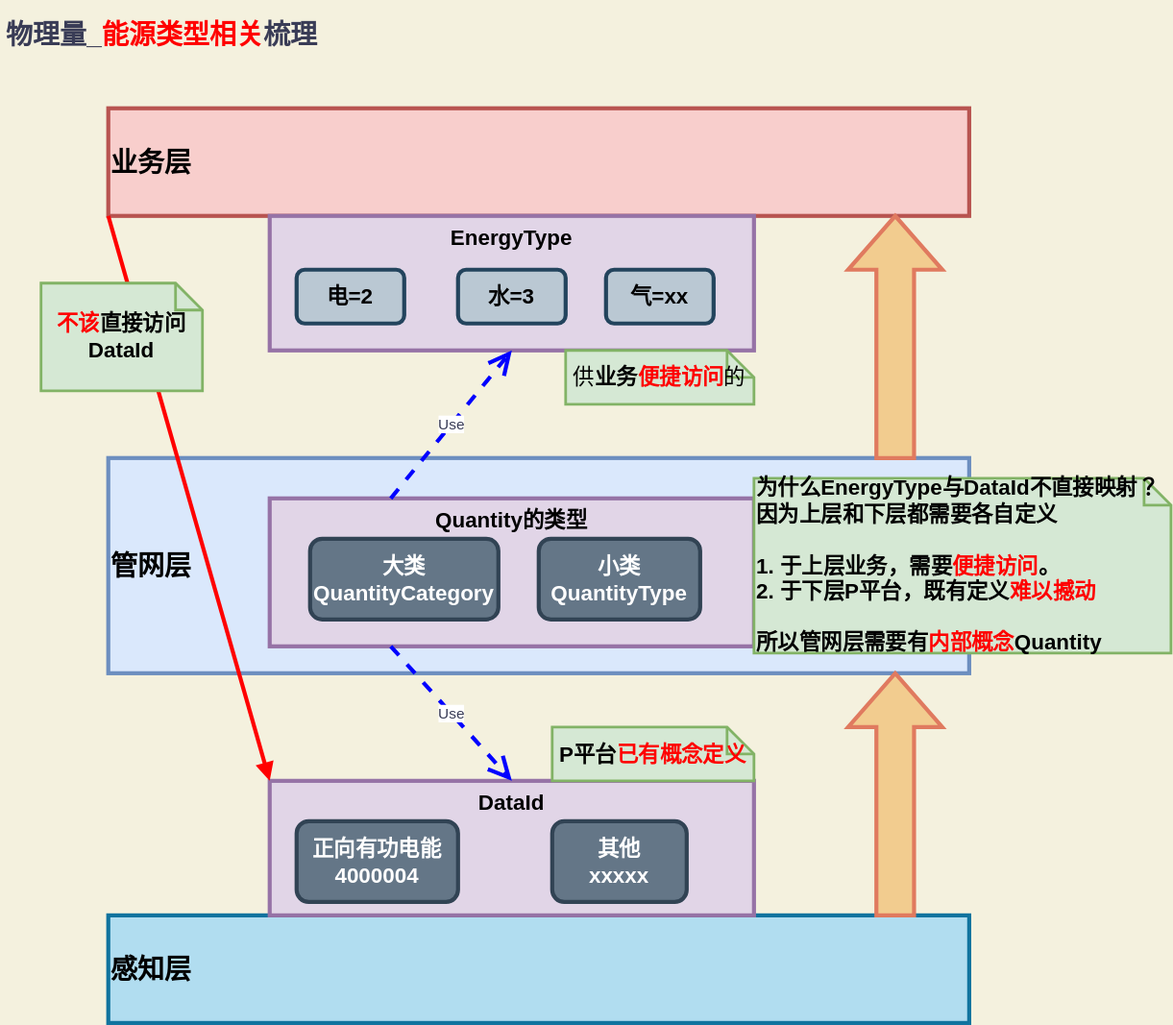
This is src/main/resources/images/design/integrate/11_物理量_能源类型相关梳理.svg from Jinhua-Lee/Learning, a draw.io export, as it was before one commit. Source tidied: cells renumbered, new cells last; positions are measured from the earlier drawing's top-left corner, leaving out a move shared by most shapes. Source of this version:
```xml
<mxGraphModel background="#F4F1DE">
  <root>
    <mxCell id="0" />
    <mxCell id="1" parent="0" />
    <mxCell id="2" value="&lt;font style=&quot;font-size: 20px&quot;&gt;&lt;b&gt;物理量_&lt;font color=&quot;#ff0000&quot;&gt;能源类型相关&lt;/font&gt;梳理&lt;/b&gt;&lt;/font&gt;" style="text;html=1;strokeColor=none;fillColor=none;align=center;verticalAlign=middle;whiteSpace=wrap;rounded=0;sketch=0;fontColor=#393C56;" parent="1" vertex="1">
      <mxGeometry width="240" height="50" as="geometry" />
    </mxCell>
    <mxCell id="3" value="&lt;font style=&quot;font-size: 20px&quot;&gt;&lt;b&gt;业务层&lt;/b&gt;&lt;/font&gt;" style="rounded=0;whiteSpace=wrap;html=1;sketch=0;strokeColor=#b85450;strokeWidth=3;fillColor=#f8cecc;align=left;" parent="1" vertex="1">
      <mxGeometry x="80" y="80" width="640" height="80" as="geometry" />
    </mxCell>
    <mxCell id="4" value="&lt;font style=&quot;font-size: 20px&quot;&gt;&lt;b&gt;管网层&lt;/b&gt;&lt;/font&gt;" style="rounded=0;whiteSpace=wrap;html=1;sketch=0;strokeColor=#6c8ebf;strokeWidth=3;fillColor=#dae8fc;align=left;" parent="1" vertex="1">
      <mxGeometry x="80" y="340" width="640" height="160" as="geometry" />
    </mxCell>
    <mxCell id="5" value="&lt;span style=&quot;font-size: 20px&quot;&gt;&lt;b&gt;感知层&lt;/b&gt;&lt;/span&gt;" style="rounded=0;whiteSpace=wrap;html=1;sketch=0;strokeColor=#10739e;strokeWidth=3;fillColor=#b1ddf0;align=left;" parent="1" vertex="1">
      <mxGeometry x="80" y="680" width="640" height="80" as="geometry" />
    </mxCell>
    <mxCell id="6" value="&lt;span style=&quot;font-size: 16px&quot;&gt;&lt;b&gt;DataId&lt;/b&gt;&lt;/span&gt;" style="rounded=0;whiteSpace=wrap;html=1;sketch=0;strokeColor=#9673a6;fillColor=#e1d5e7;strokeWidth=3;align=center;verticalAlign=top;" parent="1" vertex="1">
      <mxGeometry x="200" y="580" width="360" height="100" as="geometry" />
    </mxCell>
    <mxCell id="7" value="&lt;font style=&quot;font-size: 16px&quot;&gt;&lt;b&gt;正向有功电能4000004&lt;/b&gt;&lt;/font&gt;" style="rounded=1;whiteSpace=wrap;html=1;sketch=0;strokeColor=#314354;strokeWidth=3;fillColor=#647687;fontColor=#ffffff;" parent="1" vertex="1">
      <mxGeometry x="220" y="610" width="120" height="60" as="geometry" />
    </mxCell>
    <mxCell id="8" value="&lt;font style=&quot;font-size: 16px&quot;&gt;&lt;b&gt;其他&lt;br&gt;xxxxx&lt;br&gt;&lt;/b&gt;&lt;/font&gt;" style="rounded=1;whiteSpace=wrap;html=1;sketch=0;strokeColor=#314354;strokeWidth=3;fillColor=#647687;fontColor=#ffffff;" parent="1" vertex="1">
      <mxGeometry x="410" y="610" width="100" height="60" as="geometry" />
    </mxCell>
    <mxCell id="9" value="&lt;span style=&quot;font-size: 16px&quot;&gt;&lt;b&gt;EnergyType&lt;/b&gt;&lt;/span&gt;" style="rounded=0;whiteSpace=wrap;html=1;sketch=0;strokeColor=#9673a6;fillColor=#e1d5e7;strokeWidth=3;align=center;verticalAlign=top;" parent="1" vertex="1">
      <mxGeometry x="200" y="160" width="360" height="100" as="geometry" />
    </mxCell>
    <mxCell id="10" value="&lt;font style=&quot;font-size: 16px&quot;&gt;&lt;b&gt;电=2&lt;br&gt;&lt;/b&gt;&lt;/font&gt;" style="rounded=1;whiteSpace=wrap;html=1;sketch=0;strokeColor=#23445d;strokeWidth=3;fillColor=#bac8d3;" parent="1" vertex="1">
      <mxGeometry x="220" y="200" width="80" height="40" as="geometry" />
    </mxCell>
    <mxCell id="11" value="&lt;font style=&quot;font-size: 16px&quot;&gt;&lt;b&gt;水=3&lt;br&gt;&lt;/b&gt;&lt;/font&gt;" style="rounded=1;whiteSpace=wrap;html=1;sketch=0;strokeColor=#23445d;strokeWidth=3;fillColor=#bac8d3;" parent="1" vertex="1">
      <mxGeometry x="340" y="200" width="80" height="40" as="geometry" />
    </mxCell>
    <mxCell id="12" value="&lt;font style=&quot;font-size: 16px&quot;&gt;&lt;b&gt;气=xx&lt;br&gt;&lt;/b&gt;&lt;/font&gt;" style="rounded=1;whiteSpace=wrap;html=1;sketch=0;strokeColor=#23445d;strokeWidth=3;fillColor=#bac8d3;" parent="1" vertex="1">
      <mxGeometry x="450" y="200" width="80" height="40" as="geometry" />
    </mxCell>
    <mxCell id="13" style="html=1;shadow=0;dashed=0;align=center;verticalAlign=middle;shape=mxgraph.arrows2.arrow;dy=0.6;dx=40;direction=north;notch=0;rounded=0;sketch=0;strokeColor=#E07A5F;strokeWidth=3;fillColor=#F2CC8F;fontColor=#393C56;" parent="1" vertex="1">
      <mxGeometry x="630" y="160" width="70" height="180" as="geometry" />
    </mxCell>
    <mxCell id="14" style="html=1;shadow=0;dashed=0;align=center;verticalAlign=middle;shape=mxgraph.arrows2.arrow;dy=0.6;dx=40;direction=north;notch=0;rounded=0;sketch=0;strokeColor=#E07A5F;strokeWidth=3;fillColor=#F2CC8F;fontColor=#393C56;" parent="1" vertex="1">
      <mxGeometry x="630" y="500" width="70" height="180" as="geometry" />
    </mxCell>
    <mxCell id="15" style="edgeStyle=none;rounded=0;jettySize=auto;html=1;entryX=0;entryY=0;entryDx=0;entryDy=0;strokeWidth=3;fontColor=#393C56;strokeColor=#FF0000;exitX=0;exitY=1;exitDx=0;exitDy=0;endArrow=block;endFill=1;" parent="1" edge="1" source="3" target="6">
      <mxGeometry relative="1" as="geometry" />
    </mxCell>
    <mxCell id="16" value="&lt;b style=&quot;font-size: 16px&quot;&gt;&lt;font color=&quot;#ff0000&quot; style=&quot;font-size: 16px&quot;&gt;不该&lt;/font&gt;直接访问DataId&lt;/b&gt;" style="shape=note;strokeWidth=2;fontSize=14;size=20;whiteSpace=wrap;html=1;fillColor=#d5e8d4;strokeColor=#82b366;rounded=0;sketch=0;" parent="1" vertex="1">
      <mxGeometry x="30" y="210" width="120" height="80" as="geometry" />
    </mxCell>
    <mxCell id="17" value="&lt;font style=&quot;font-size: 16px&quot;&gt;供&lt;b&gt;业务&lt;font color=&quot;#ff0000&quot; style=&quot;font-size: 16px&quot;&gt;便捷访问&lt;/font&gt;&lt;/b&gt;的&lt;/font&gt;" style="shape=note;strokeWidth=2;fontSize=14;size=20;whiteSpace=wrap;html=1;fillColor=#d5e8d4;strokeColor=#82b366;rounded=0;sketch=0;" parent="1" vertex="1">
      <mxGeometry x="420" y="260" width="140" height="40" as="geometry" />
    </mxCell>
    <mxCell id="18" value="&lt;b style=&quot;font-size: 16px&quot;&gt;P平台&lt;font color=&quot;#ff0000&quot; style=&quot;font-size: 16px&quot;&gt;已有概念定义&lt;/font&gt;&lt;/b&gt;" style="shape=note;strokeWidth=2;fontSize=14;size=20;whiteSpace=wrap;html=1;fillColor=#d5e8d4;strokeColor=#82b366;rounded=0;sketch=0;" parent="1" vertex="1">
      <mxGeometry x="410" y="540" width="150" height="40" as="geometry" />
    </mxCell>
    <mxCell id="19" value="&lt;span style=&quot;font-size: 16px&quot;&gt;&lt;b&gt;Quantity的类型&lt;/b&gt;&lt;/span&gt;" style="rounded=0;whiteSpace=wrap;html=1;sketch=0;strokeColor=#9673a6;fillColor=#e1d5e7;strokeWidth=3;align=center;verticalAlign=top;" parent="1" vertex="1">
      <mxGeometry x="200" y="370" width="360" height="110" as="geometry" />
    </mxCell>
    <mxCell id="20" value="&lt;span style=&quot;font-size: 16px&quot;&gt;&lt;b&gt;大类&lt;br&gt;QuantityCategory&lt;br&gt;&lt;/b&gt;&lt;/span&gt;" style="rounded=1;whiteSpace=wrap;html=1;sketch=0;strokeColor=#314354;strokeWidth=3;fillColor=#647687;fontColor=#ffffff;" parent="1" vertex="1">
      <mxGeometry x="230" y="400" width="140" height="60" as="geometry" />
    </mxCell>
    <mxCell id="21" value="&lt;span style=&quot;font-size: 16px&quot;&gt;&lt;b&gt;小类&lt;br&gt;QuantityType&lt;br&gt;&lt;/b&gt;&lt;/span&gt;" style="rounded=1;whiteSpace=wrap;html=1;sketch=0;strokeColor=#314354;strokeWidth=3;fillColor=#647687;fontColor=#ffffff;" parent="1" vertex="1">
      <mxGeometry x="400" y="400" width="120" height="60" as="geometry" />
    </mxCell>
    <mxCell id="22" value="&lt;b style=&quot;font-size: 16px&quot;&gt;为什么EnergyType与DataId不直接映射？因为上层和下层都需要各自定义&lt;br&gt;&lt;br&gt;1. 于上层业务，需要&lt;font color=&quot;#ff0000&quot;&gt;便捷访问&lt;/font&gt;。&lt;br&gt;2. 于下层P平台，既有定义&lt;font color=&quot;#ff0000&quot;&gt;难以撼动&lt;/font&gt;&lt;br&gt;&lt;br&gt;所以管网层需要有&lt;font color=&quot;#ff0000&quot;&gt;内部概念&lt;/font&gt;Quantity&lt;br&gt;&lt;/b&gt;" style="shape=note;strokeWidth=2;fontSize=14;size=20;whiteSpace=wrap;html=1;fillColor=#d5e8d4;strokeColor=#82b366;rounded=0;sketch=0;align=left;" parent="1" vertex="1">
      <mxGeometry x="560" y="355" width="310" height="130" as="geometry" />
    </mxCell>
    <mxCell id="23" value="Use" style="endArrow=open;endSize=12;dashed=1;html=1;strokeWidth=3;fontColor=#393C56;entryX=0.5;entryY=1;entryDx=0;entryDy=0;exitX=0.25;exitY=0;exitDx=0;exitDy=0;strokeColor=#0000FF;" parent="1" edge="1" source="19" target="9">
      <mxGeometry relative="1" as="geometry" />
    </mxCell>
    <mxCell id="24" value="Use" style="endArrow=open;endSize=12;dashed=1;html=1;strokeWidth=3;fontColor=#393C56;entryX=0.5;entryY=0;entryDx=0;entryDy=0;exitX=0.25;exitY=1;exitDx=0;exitDy=0;strokeColor=#0000FF;" parent="1" edge="1" source="19" target="6">
      <mxGeometry relative="1" as="geometry" />
    </mxCell>
  </root>
</mxGraphModel>
```
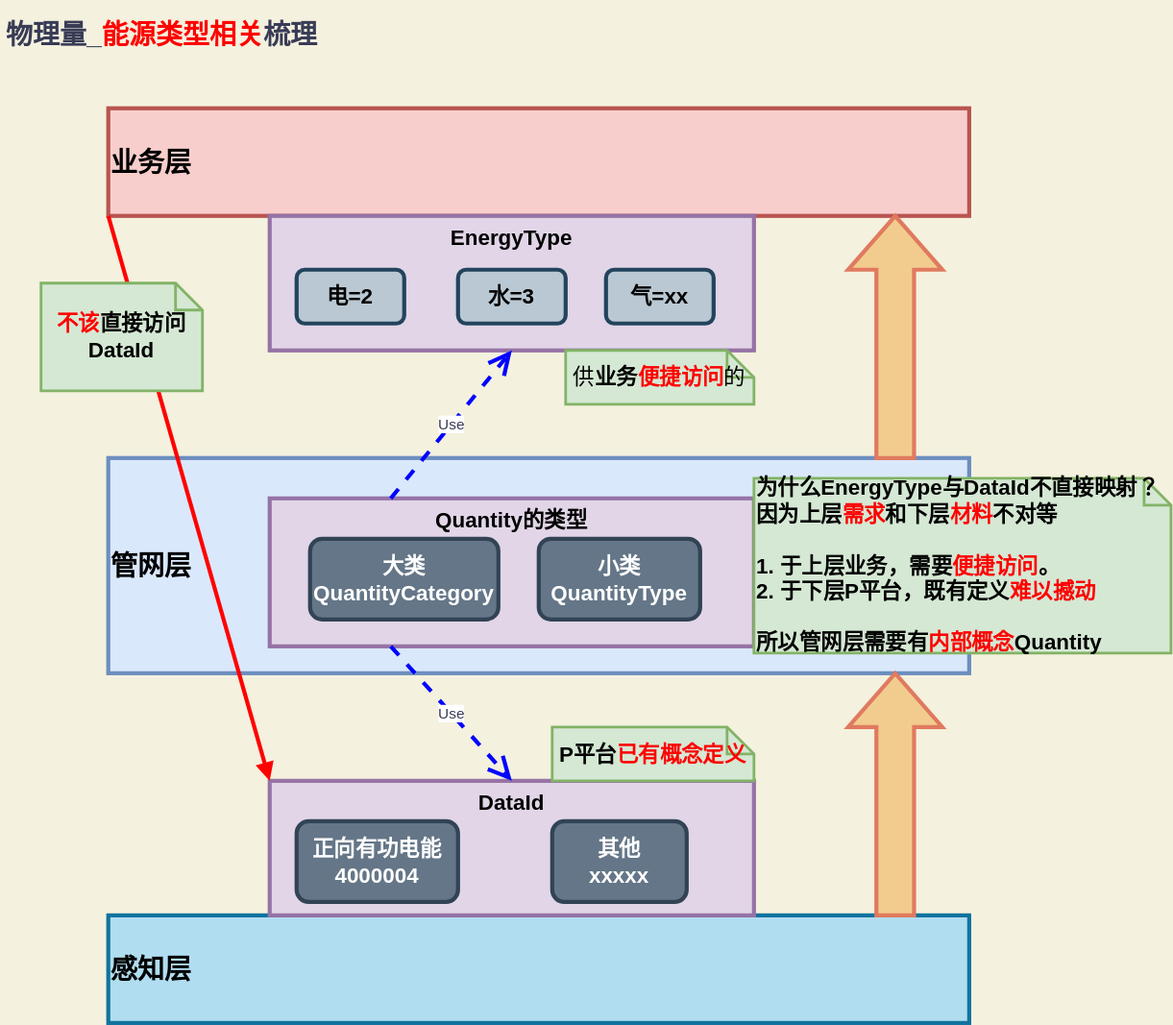
The same diagram one commit later.

Commit message:
[design-integrate] a. 管网融合分析的图更新.

What changed in the source:
```diff
@@ -62,7 +62,7 @@
     <mxCell id="21" value="&lt;span style=&quot;font-size: 16px&quot;&gt;&lt;b&gt;小类&lt;br&gt;QuantityType&lt;br&gt;&lt;/b&gt;&lt;/span&gt;" style="rounded=1;whiteSpace=wrap;html=1;sketch=0;strokeColor=#314354;strokeWidth=3;fillColor=#647687;fontColor=#ffffff;" parent="1" vertex="1">
       <mxGeometry x="400" y="400" width="120" height="60" as="geometry" />
     </mxCell>
-    <mxCell id="22" value="&lt;b style=&quot;font-size: 16px&quot;&gt;为什么EnergyType与DataId不直接映射？因为上层和下层都需要各自定义&lt;br&gt;&lt;br&gt;1. 于上层业务，需要&lt;font color=&quot;#ff0000&quot;&gt;便捷访问&lt;/font&gt;。&lt;br&gt;2. 于下层P平台，既有定义&lt;font color=&quot;#ff0000&quot;&gt;难以撼动&lt;/font&gt;&lt;br&gt;&lt;br&gt;所以管网层需要有&lt;font color=&quot;#ff0000&quot;&gt;内部概念&lt;/font&gt;Quantity&lt;br&gt;&lt;/b&gt;" style="shape=note;strokeWidth=2;fontSize=14;size=20;whiteSpace=wrap;html=1;fillColor=#d5e8d4;strokeColor=#82b366;rounded=0;sketch=0;align=left;" parent="1" vertex="1">
+    <mxCell id="22" value="&lt;b style=&quot;font-size: 16px&quot;&gt;为什么EnergyType与DataId不直接映射？因为上层&lt;font color=&quot;#ff0000&quot;&gt;需求&lt;/font&gt;和&lt;/b&gt;&lt;b style=&quot;font-size: 16px&quot;&gt;下层&lt;/b&gt;&lt;b style=&quot;font-size: 16px&quot;&gt;&lt;font color=&quot;#ff0000&quot;&gt;材料&lt;/font&gt;不对等&lt;br&gt;&lt;br&gt;1. 于上层业务，需要&lt;font color=&quot;#ff0000&quot;&gt;便捷访问&lt;/font&gt;。&lt;br&gt;2. 于下层P平台，既有定义&lt;font color=&quot;#ff0000&quot;&gt;难以撼动&lt;/font&gt;&lt;br&gt;&lt;br&gt;所以管网层需要有&lt;font color=&quot;#ff0000&quot;&gt;内部概念&lt;/font&gt;Quantity&lt;br&gt;&lt;/b&gt;" style="shape=note;strokeWidth=2;fontSize=14;size=20;whiteSpace=wrap;html=1;fillColor=#d5e8d4;strokeColor=#82b366;rounded=0;sketch=0;align=left;" parent="1" vertex="1">
       <mxGeometry x="560" y="355" width="310" height="130" as="geometry" />
     </mxCell>
     <mxCell id="23" value="Use" style="endArrow=open;endSize=12;dashed=1;html=1;strokeWidth=3;fontColor=#393C56;entryX=0.5;entryY=1;entryDx=0;entryDy=0;exitX=0.25;exitY=0;exitDx=0;exitDy=0;strokeColor=#0000FF;" parent="1" edge="1" source="19" target="9">
```
